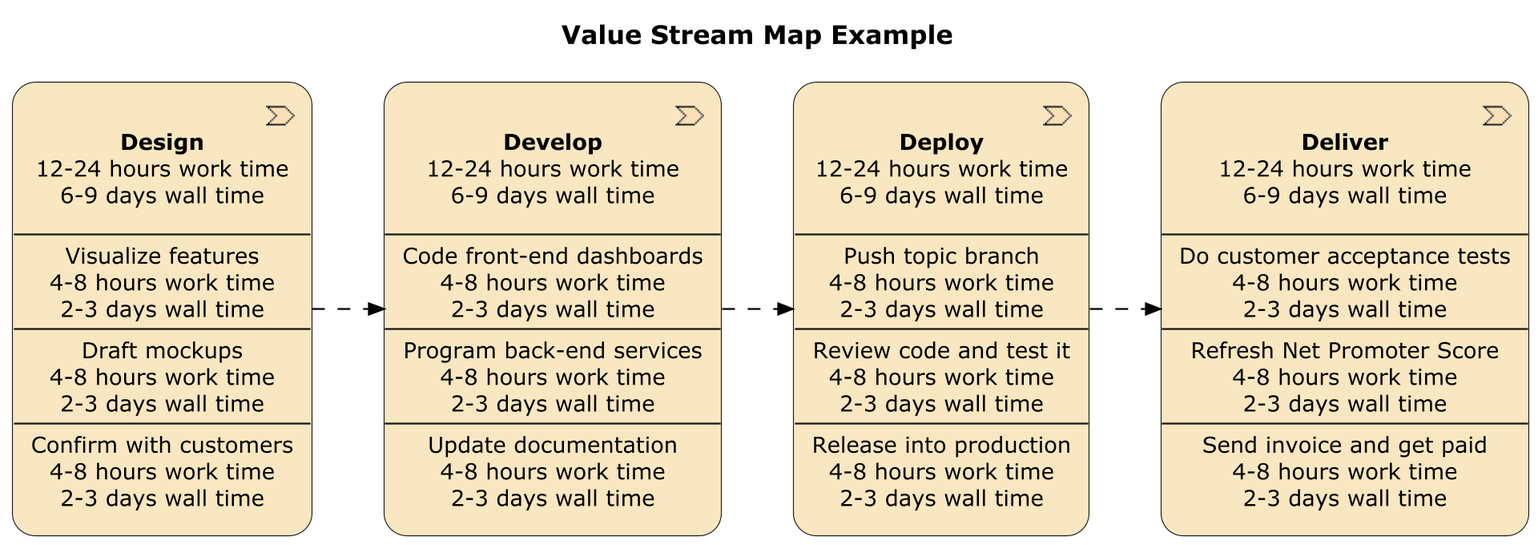
Above: doc/examples/value-stream-map/value-stream-map.png in SixArm/archimate-examples (PlantUML), before the change. Source of this version:
```plantuml
@startuml
scale 1920*1080
!include archimate.puml

title Value Stream Map Example

Strategy_ValueStream(design, "**Design**\n12-24 hours work time\n6-9 days wall time\n\n--\nVisualize features\n4-8 hours work time\n2-3 days wall time\n--\nDraft mockups\n4-8 hours work time\n2-3 days wall time\n--\nConfirm with customers\n4-8 hours work time\n2-3 days wall time")
Strategy_ValueStream(develop, "**Develop**\n12-24 hours work time\n6-9 days wall time\n\n--\nCode front-end dashboards\n4-8 hours work time\n2-3 days wall time\n--\nProgram back-end services\n4-8 hours work time\n2-3 days wall time\n--\nUpdate documentation\n4-8 hours work time\n2-3 days wall time")
Strategy_ValueStream(deploy, "**Deploy**\n12-24 hours work time\n6-9 days wall time\n\n--\nPush topic branch\n4-8 hours work time\n2-3 days wall time\n--\nReview code and test it\n4-8 hours work time\n2-3 days wall time\n--\nRelease into production\n4-8 hours work time\n2-3 days wall time")
Strategy_ValueStream(deliver, "**Deliver**\n12-24 hours work time\n6-9 days wall time\n\n--\nDo customer acceptance tests\n4-8 hours work time\n2-3 days wall time\n--\nRefresh Net Promoter Score\n4-8 hours work time\n2-3 days wall time\n--\nSend invoice and get paid \n4-8 hours work time\n2-3 days wall time")

Rel_Flow_Right(design, develop)
Rel_Flow_Right(develop, deploy)
Rel_Flow_Right(deploy, deliver)

@enduml
```
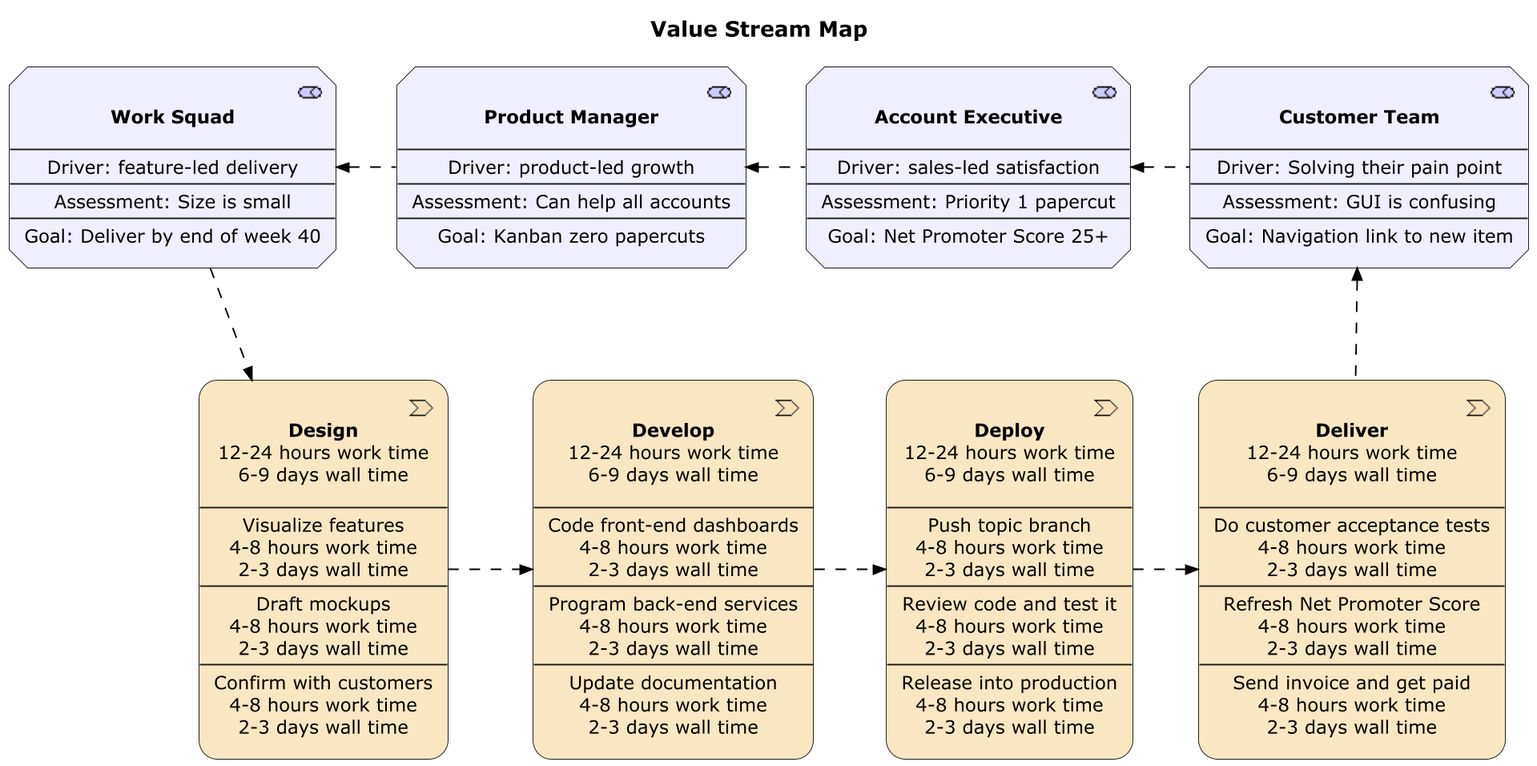
After the change.

Commit message:
Add stakeholders to value stream map

Change to the diagram source:
```diff
@@ -1,8 +1,8 @@
 @startuml
 scale 1920*1080
-!include archimate.puml
+!include ../Archimate.puml
 
-title Value Stream Map Example
+title Value Stream Map
 
 Strategy_ValueStream(design, "**Design**\n12-24 hours work time\n6-9 days wall time\n\n--\nVisualize features\n4-8 hours work time\n2-3 days wall time\n--\nDraft mockups\n4-8 hours work time\n2-3 days wall time\n--\nConfirm with customers\n4-8 hours work time\n2-3 days wall time")
 Strategy_ValueStream(develop, "**Develop**\n12-24 hours work time\n6-9 days wall time\n\n--\nCode front-end dashboards\n4-8 hours work time\n2-3 days wall time\n--\nProgram back-end services\n4-8 hours work time\n2-3 days wall time\n--\nUpdate documentation\n4-8 hours work time\n2-3 days wall time")
@@ -13,4 +13,17 @@
 Rel_Flow_Right(develop, deploy)
 Rel_Flow_Right(deploy, deliver)
 
+
+Motivation_Stakeholder(customer_team, "**Customer Team**\n\n--\nDriver: Solving their pain point\n--\nAssessment: GUI is confusing\n--\nGoal: Navigation link to new item")
+Motivation_Stakeholder(account_executive, "**Account Executive**\n\n--\nDriver: sales-led satisfaction\n--\nAssessment: Priority 1 papercut\n--\nGoal: Net Promoter Score 25+")
+Motivation_Stakeholder(product_manager, "**Product Manager**\n\n--\nDriver: product-led growth\n--\nAssessment: Can help all accounts\n--\nGoal: Kanban zero papercuts")
+Motivation_Stakeholder(work_squad, "**Work Squad**\n\n--\nDriver: feature-led delivery\n--\nAssessment: Size is small\n--\nGoal: Deliver by end of week 40")
+
+Rel_Flow_Left(customer_team, account_executive)
+Rel_Flow_Left(account_executive, product_manager)
+Rel_Flow_Left(product_manager, work_squad)
+
+Rel_Flow_Down(work_squad, design)
+Rel_Flow_Up(deliver, customer_team)
+
 @enduml
```
